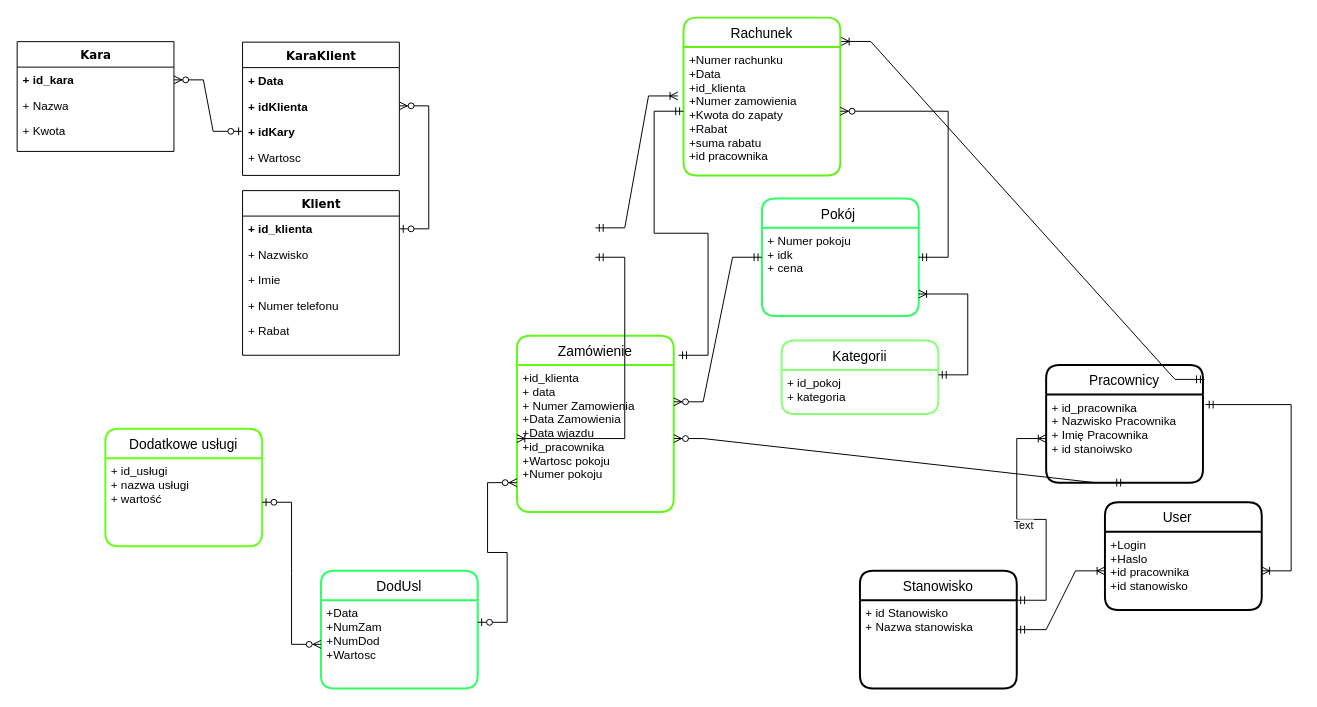
Above: Hotel California.drawio in DemskyiDm/Horyzont (draw.io), before the change. Source tidied: cells renumbered, new cells numbered last; positions are measured from the earlier drawing's top-left corner, leaving out a move shared by most shapes. Both pictures are drawn from the tidied source at 98%, with x=0, y=0 at pixel (17, 18).
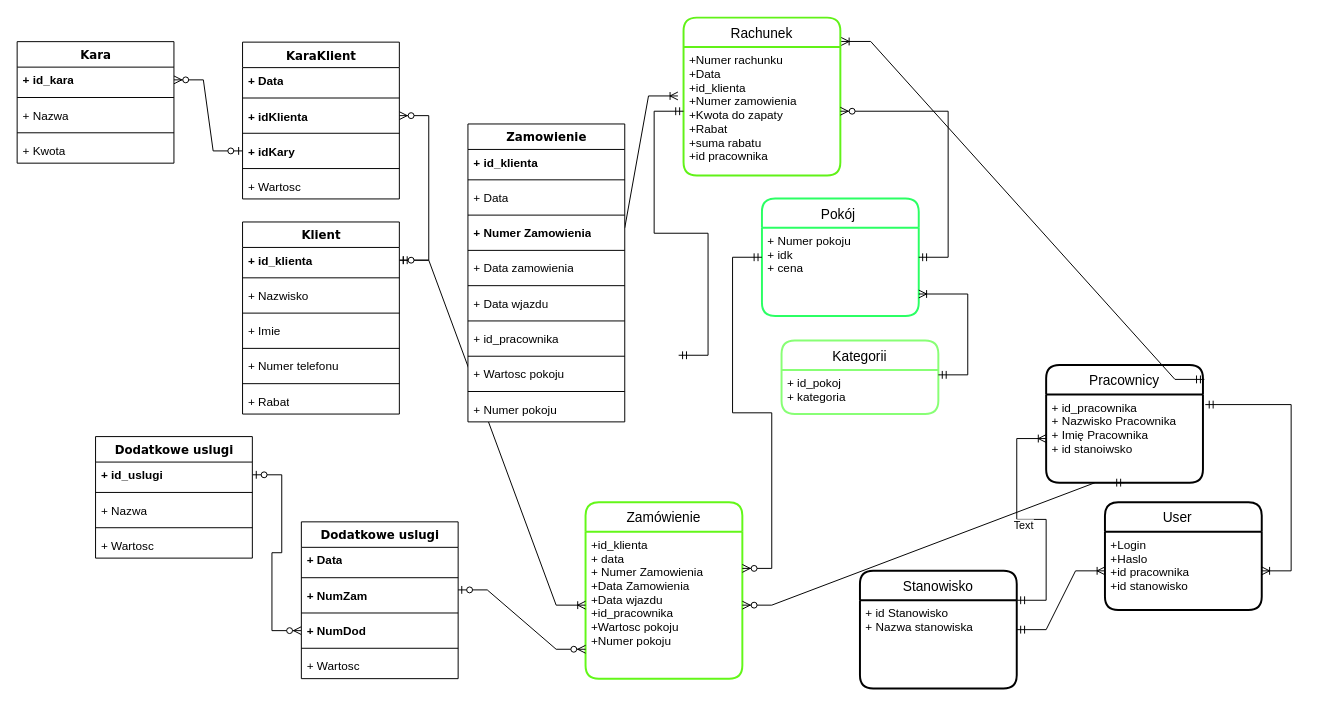
The same page after the edit.

The change refers to these unchanged cells:
```xml
<mxCell id="7" value="+id_klienta&#10;+ data&#10;+ Numer Zamowienia&#10;+Data Zamowienia&#10;+Data wjazdu&#10;+id_pracownika&#10;+Wartosc pokoju&#10;+Numer pokoju" style="align=left;strokeColor=none;fillColor=none;spacingLeft=4;fontSize=12;verticalAlign=top;" parent="6" vertex="1">
  <mxGeometry y="30" width="160" height="150" as="geometry" />
</mxCell>
<mxCell id="45" value="&lt;b&gt;+ id_klienta&lt;/b&gt;" style="text;html=1;strokeColor=none;fillColor=none;align=left;verticalAlign=top;spacingLeft=4;spacingRight=4;whiteSpace=wrap;overflow=hidden;points=[[0,0.5],[1,0.5]];portConstraint=eastwest;" parent="44" vertex="1">
  <mxGeometry y="26" width="160" height="26" as="geometry" />
</mxCell>
```

Diff of the diagram source:
```diff
@@
     <mxCell id="2" value="Kara" style="swimlane;html=1;fontStyle=1;align=center;verticalAlign=top;horizontal=1;startSize=26;swimlaneFillColor=#ffffff;rounded=0;shadow=0;comic=0;labelBackgroundColor=none;strokeWidth=1;fillColor=none;fontFamily=Verdana;fontSize=12;strokeColor=#000000;" parent="1" vertex="1">
-      <mxGeometry y="24" width="160" height="112" as="geometry" />
+      <mxGeometry y="24" width="160" height="124" as="geometry" />
     </mxCell>
@@
+    <mxCell id="51" style="line;strokeWidth=1;dashed=0;labelPosition=right;align=left;verticalAlign=middle;spacingTop=0;spacingLeft=6;strokeColor=#000000;" parent="2" vertex="1">
+      <mxGeometry y="52" width="160" height="10" as="geometry" />
+    </mxCell>
     <mxCell id="4" value="+ Nazwa" style="text;html=1;strokeColor=none;fillColor=none;align=left;verticalAlign=top;spacingLeft=4;spacingRight=4;whiteSpace=wrap;overflow=hidden;" parent="2" vertex="1">
-      <mxGeometry y="52" width="160" height="26" as="geometry" />
+      <mxGeometry y="62" width="160" height="26" as="geometry" />
     </mxCell>
+    <mxCell id="52" style="line;strokeWidth=1;dashed=0;labelPosition=right;align=left;verticalAlign=middle;spacingTop=0;spacingLeft=6;strokeColor=#000000;" parent="2" vertex="1">
+      <mxGeometry y="88" width="160" height="10" as="geometry" />
+    </mxCell>
     <mxCell id="5" value="+ Kwota" style="text;html=1;strokeColor=none;fillColor=none;align=left;verticalAlign=top;spacingLeft=4;spacingRight=4;whiteSpace=wrap;overflow=hidden;" parent="2" vertex="1">
-      <mxGeometry y="78" width="160" height="26" as="geometry" />
+      <mxGeometry y="98" width="160" height="26" as="geometry" />
     </mxCell>
     <mxCell id="6" value="Zamówienie" style="swimlane;horizontal=1;startSize=30;rounded=1;fontSize=14;fontStyle=0;strokeWidth=2;shadow=0;dashed=0;align=center;strokeColor=#63F719;" parent="1" vertex="1">
-      <mxGeometry x="510" y="324" width="160" height="180" as="geometry" />
+      <mxGeometry x="580" y="494" width="160" height="180" as="geometry" />
     </mxCell>
@@
-    <mxCell id="8" style="edgeStyle=entityRelationEdgeStyle;fontSize=12;html=1;endArrow=ERoneToMany;startArrow=ERmandOne;rounded=0;exitX=1;exitY=0.5;exitDx=0;exitDy=0;entryX=0;entryY=0.5;entryDx=0;entryDy=0;" parent="1" edge="1" target="7">
-      <mxGeometry relative="1" as="geometry">
-        <mxPoint x="590" y="244" as="sourcePoint" />
-      </mxGeometry>
+    <mxCell id="8" style="edgeStyle=entityRelationEdgeStyle;fontSize=12;html=1;endArrow=ERoneToMany;startArrow=ERmandOne;rounded=0;exitX=1;exitY=0.5;exitDx=0;exitDy=0;entryX=0;entryY=0.5;entryDx=0;entryDy=0;" parent="1" edge="1" source="45" target="7">
+      <mxGeometry relative="1" as="geometry" />
     </mxCell>
@@
-    <mxCell id="16" value="Dodatkowe usługi" style="swimlane;horizontal=1;startSize=30;rounded=1;fontSize=14;fontStyle=0;strokeWidth=2;shadow=0;dashed=0;align=center;strokeColor=#66FF19;" parent="1" vertex="1">
-      <mxGeometry x="90" y="419" width="160" height="120" as="geometry" />
-    </mxCell>
-    <mxCell id="17" value="+ id_usługi&#10;+ nazwa usługi&#10;+ wartość" style="align=left;strokeColor=none;fillColor=none;spacingLeft=4;fontSize=12;verticalAlign=top;" parent="16" vertex="1">
-      <mxGeometry y="30" width="160" height="90" as="geometry" />
-    </mxCell>
@@
-    <mxCell id="35" value="DodUsl" style="swimlane;horizontal=1;startSize=30;rounded=1;fontSize=14;fontStyle=0;strokeWidth=2;shadow=0;dashed=0;align=center;strokeColor=#2BFF64;" parent="1" vertex="1">
-      <mxGeometry x="310" y="564" width="160" height="120" as="geometry" />
-    </mxCell>
-    <mxCell id="36" value="+Data&#10;+NumZam&#10;+NumDod&#10;+Wartosc" style="align=left;strokeColor=none;fillColor=none;spacingLeft=4;fontSize=12;verticalAlign=top;" parent="35" vertex="1">
-      <mxGeometry y="30" width="160" height="90" as="geometry" />
-    </mxCell>
-    <mxCell id="37" style="edgeStyle=entityRelationEdgeStyle;fontSize=12;html=1;endArrow=ERzeroToMany;startArrow=ERzeroToOne;rounded=0;exitX=1;exitY=0.25;exitDx=0;exitDy=0;entryX=0;entryY=0.8;entryDx=0;entryDy=0;entryPerimeter=0;" parent="1" edge="1" source="36" target="7">
+    <mxCell id="37" style="edgeStyle=entityRelationEdgeStyle;fontSize=12;html=1;endArrow=ERzeroToMany;startArrow=ERzeroToOne;rounded=0;exitX=0.998;exitY=0.286;exitDx=0;exitDy=0;entryX=0;entryY=0.8;entryDx=0;entryDy=0;entryPerimeter=0;exitPerimeter=0;" parent="1" edge="1" source="69" target="7">
       <mxGeometry relative="1" as="geometry" />
     </mxCell>
-    <mxCell id="38" style="edgeStyle=entityRelationEdgeStyle;fontSize=12;html=1;endArrow=ERzeroToMany;startArrow=ERzeroToOne;rounded=0;entryX=0;entryY=0.5;entryDx=0;entryDy=0;" parent="1" edge="1" source="17" target="36">
+    <mxCell id="38" style="edgeStyle=entityRelationEdgeStyle;fontSize=12;html=1;endArrow=ERzeroToMany;startArrow=ERzeroToOne;rounded=0;" parent="1" edge="1" source="61" target="71">
       <mxGeometry relative="1" as="geometry" />
     </mxCell>
     <mxCell id="39" value="KaraKlient" style="swimlane;html=1;fontStyle=1;align=center;verticalAlign=top;horizontal=1;startSize=26;swimlaneFillColor=#ffffff;rounded=0;shadow=0;comic=0;labelBackgroundColor=none;strokeWidth=1;fillColor=none;fontFamily=Verdana;fontSize=12;strokeColor=#000000;" parent="1" vertex="1">
-      <mxGeometry x="230" y="24.5" width="160" height="136" as="geometry" />
+      <mxGeometry x="230" y="24.5" width="160" height="160" as="geometry" />
     </mxCell>
@@
+    <mxCell id="53" style="line;strokeWidth=1;dashed=0;labelPosition=right;align=left;verticalAlign=middle;spacingTop=0;spacingLeft=6;strokeColor=#000000;" parent="39" vertex="1">
+      <mxGeometry y="52" width="160" height="10" as="geometry" />
+    </mxCell>
     <mxCell id="41" value="&lt;b&gt;+ idKlienta&lt;/b&gt;" style="text;html=1;strokeColor=none;fillColor=none;align=left;verticalAlign=top;spacingLeft=4;spacingRight=4;whiteSpace=wrap;overflow=hidden;points=[[0,0.5],[1,0.5]];portConstraint=eastwest;" parent="39" vertex="1">
-      <mxGeometry y="52" width="160" height="26" as="geometry" />
+      <mxGeometry y="62" width="160" height="26" as="geometry" />
     </mxCell>
+    <mxCell id="54" style="line;strokeWidth=1;dashed=0;labelPosition=right;align=left;verticalAlign=middle;spacingTop=0;spacingLeft=6;strokeColor=#000000;" parent="39" vertex="1">
+      <mxGeometry y="88" width="160" height="10" as="geometry" />
+    </mxCell>
     <mxCell id="42" value="&lt;b&gt;+ idKary&lt;/b&gt;" style="text;html=1;strokeColor=none;fillColor=none;align=left;verticalAlign=top;spacingLeft=4;spacingRight=4;whiteSpace=wrap;overflow=hidden;points=[[0,0.5],[1,0.5]];portConstraint=eastwest;" parent="39" vertex="1">
-      <mxGeometry y="78" width="160" height="26" as="geometry" />
+      <mxGeometry y="98" width="160" height="26" as="geometry" />
     </mxCell>
+    <mxCell id="55" style="line;strokeWidth=1;dashed=0;labelPosition=right;align=left;verticalAlign=middle;spacingTop=0;spacingLeft=6;strokeColor=#000000;" parent="39" vertex="1">
+      <mxGeometry y="124" width="160" height="10" as="geometry" />
+    </mxCell>
     <mxCell id="43" value="+ Wartosc" style="text;html=1;strokeColor=none;fillColor=none;align=left;verticalAlign=top;spacingLeft=4;spacingRight=4;whiteSpace=wrap;overflow=hidden;" parent="39" vertex="1">
-      <mxGeometry y="104" width="160" height="26" as="geometry" />
+      <mxGeometry y="134" width="160" height="26" as="geometry" />
     </mxCell>
     <mxCell id="44" value="Klient" style="swimlane;html=1;fontStyle=1;align=center;verticalAlign=top;horizontal=1;startSize=26;swimlaneFillColor=#ffffff;rounded=0;shadow=0;comic=0;labelBackgroundColor=none;strokeWidth=1;fillColor=none;fontFamily=Verdana;fontSize=12;strokeColor=#000000;" parent="1" vertex="1">
-      <mxGeometry x="230" y="176" width="160" height="168" as="geometry" />
+      <mxGeometry x="230" y="208" width="160" height="196" as="geometry" />
     </mxCell>
@@
+    <mxCell id="56" style="line;strokeWidth=1;dashed=0;labelPosition=right;align=left;verticalAlign=middle;spacingTop=0;spacingLeft=6;strokeColor=#000000;" parent="44" vertex="1">
+      <mxGeometry y="52" width="160" height="10" as="geometry" />
+    </mxCell>
     <mxCell id="46" value="+ Nazwisko" style="text;html=1;strokeColor=none;fillColor=none;align=left;verticalAlign=top;spacingLeft=4;spacingRight=4;whiteSpace=wrap;overflow=hidden;" parent="44" vertex="1">
-      <mxGeometry y="52" width="160" height="26" as="geometry" />
+      <mxGeometry y="62" width="160" height="26" as="geometry" />
     </mxCell>
+    <mxCell id="57" style="line;strokeWidth=1;dashed=0;labelPosition=right;align=left;verticalAlign=middle;spacingTop=0;spacingLeft=6;strokeColor=#000000;" parent="44" vertex="1">
+      <mxGeometry y="88" width="160" height="10" as="geometry" />
+    </mxCell>
     <mxCell id="47" value="+ Imie" style="text;html=1;strokeColor=none;fillColor=none;align=left;verticalAlign=top;spacingLeft=4;spacingRight=4;whiteSpace=wrap;overflow=hidden;" parent="44" vertex="1">
-      <mxGeometry y="78" width="160" height="26" as="geometry" />
+      <mxGeometry y="98" width="160" height="26" as="geometry" />
     </mxCell>
+    <mxCell id="58" style="line;strokeWidth=1;dashed=0;labelPosition=right;align=left;verticalAlign=middle;spacingTop=0;spacingLeft=6;strokeColor=#000000;" parent="44" vertex="1">
+      <mxGeometry y="124" width="160" height="10" as="geometry" />
+    </mxCell>
     <mxCell id="48" value="+ Numer telefonu" style="text;html=1;strokeColor=none;fillColor=none;align=left;verticalAlign=top;spacingLeft=4;spacingRight=4;whiteSpace=wrap;overflow=hidden;" parent="44" vertex="1">
-      <mxGeometry y="104" width="160" height="26" as="geometry" />
+      <mxGeometry y="134" width="160" height="26" as="geometry" />
     </mxCell>
+    <mxCell id="59" style="line;strokeWidth=1;dashed=0;labelPosition=right;align=left;verticalAlign=middle;spacingTop=0;spacingLeft=6;strokeColor=#000000;" parent="44" vertex="1">
+      <mxGeometry y="160" width="160" height="10" as="geometry" />
+    </mxCell>
     <mxCell id="49" value="+ Rabat" style="text;html=1;strokeColor=none;fillColor=none;align=left;verticalAlign=top;spacingLeft=4;spacingRight=4;whiteSpace=wrap;overflow=hidden;" parent="44" vertex="1">
-      <mxGeometry y="130" width="160" height="26" as="geometry" />
+      <mxGeometry y="170" width="160" height="26" as="geometry" />
     </mxCell>
@@
+    <mxCell id="60" value="Dodatkowe uslugi" style="swimlane;html=1;fontStyle=1;align=center;verticalAlign=top;horizontal=1;startSize=26;swimlaneFillColor=#ffffff;rounded=0;shadow=0;comic=0;labelBackgroundColor=none;strokeWidth=1;fillColor=none;fontFamily=Verdana;fontSize=12;strokeColor=#000000;" parent="1" vertex="1">
+      <mxGeometry x="80" y="427" width="160" height="124" as="geometry" />
+    </mxCell>
+    <mxCell id="61" value="&lt;b&gt;+ id_uslugi&lt;/b&gt;" style="text;html=1;strokeColor=none;fillColor=none;align=left;verticalAlign=top;spacingLeft=4;spacingRight=4;whiteSpace=wrap;overflow=hidden;points=[[0,0.5],[1,0.5]];portConstraint=eastwest;" parent="60" vertex="1">
+      <mxGeometry y="26" width="160" height="26" as="geometry" />
+    </mxCell>
+    <mxCell id="62" style="line;strokeWidth=1;dashed=0;labelPosition=right;align=left;verticalAlign=middle;spacingTop=0;spacingLeft=6;strokeColor=#000000;" parent="60" vertex="1">
+      <mxGeometry y="52" width="160" height="10" as="geometry" />
+    </mxCell>
+    <mxCell id="63" value="+ Nazwa" style="text;html=1;strokeColor=none;fillColor=none;align=left;verticalAlign=top;spacingLeft=4;spacingRight=4;whiteSpace=wrap;overflow=hidden;" parent="60" vertex="1">
+      <mxGeometry y="62" width="160" height="26" as="geometry" />
+    </mxCell>
+    <mxCell id="64" style="line;strokeWidth=1;dashed=0;labelPosition=right;align=left;verticalAlign=middle;spacingTop=0;spacingLeft=6;strokeColor=#000000;" parent="60" vertex="1">
+      <mxGeometry y="88" width="160" height="10" as="geometry" />
+    </mxCell>
+    <mxCell id="65" value="+ Wartosc" style="text;html=1;strokeColor=none;fillColor=none;align=left;verticalAlign=top;spacingLeft=4;spacingRight=4;whiteSpace=wrap;overflow=hidden;" parent="60" vertex="1">
+      <mxGeometry y="98" width="160" height="26" as="geometry" />
+    </mxCell>
+    <mxCell id="66" value="Dodatkowe uslugi" style="swimlane;html=1;fontStyle=1;align=center;verticalAlign=top;horizontal=1;startSize=26;swimlaneFillColor=#ffffff;rounded=0;shadow=0;comic=0;labelBackgroundColor=none;strokeWidth=1;fillColor=none;fontFamily=Verdana;fontSize=12;strokeColor=#000000;" parent="1" vertex="1">
+      <mxGeometry x="290" y="514" width="160" height="160" as="geometry" />
+    </mxCell>
+    <mxCell id="67" value="&lt;b&gt;+ Data&lt;/b&gt;" style="text;html=1;strokeColor=none;fillColor=none;align=left;verticalAlign=top;spacingLeft=4;spacingRight=4;whiteSpace=wrap;overflow=hidden;" parent="66" vertex="1">
+      <mxGeometry y="26" width="160" height="26" as="geometry" />
+    </mxCell>
+    <mxCell id="68" style="line;strokeWidth=1;dashed=0;labelPosition=right;align=left;verticalAlign=middle;spacingTop=0;spacingLeft=6;strokeColor=#000000;" parent="66" vertex="1">
+      <mxGeometry y="52" width="160" height="10" as="geometry" />
+    </mxCell>
+    <mxCell id="69" value="&lt;b&gt;+ NumZam&lt;/b&gt;" style="text;html=1;strokeColor=none;fillColor=none;align=left;verticalAlign=top;spacingLeft=4;spacingRight=4;whiteSpace=wrap;overflow=hidden;points=[[0,0.5],[1,0.5]];portConstraint=eastwest;" parent="66" vertex="1">
+      <mxGeometry y="62" width="160" height="26" as="geometry" />
+    </mxCell>
+    <mxCell id="70" style="line;strokeWidth=1;dashed=0;labelPosition=right;align=left;verticalAlign=middle;spacingTop=0;spacingLeft=6;strokeColor=#000000;" parent="66" vertex="1">
+      <mxGeometry y="88" width="160" height="10" as="geometry" />
+    </mxCell>
+    <mxCell id="71" value="&lt;b&gt;+ NumDod&lt;/b&gt;" style="text;html=1;strokeColor=none;fillColor=none;align=left;verticalAlign=top;spacingLeft=4;spacingRight=4;whiteSpace=wrap;overflow=hidden;points=[[0,0.5],[1,0.5]];portConstraint=eastwest;" parent="66" vertex="1">
+      <mxGeometry y="98" width="160" height="26" as="geometry" />
+    </mxCell>
+    <mxCell id="72" style="line;strokeWidth=1;dashed=0;labelPosition=right;align=left;verticalAlign=middle;spacingTop=0;spacingLeft=6;strokeColor=#000000;" parent="66" vertex="1">
+      <mxGeometry y="124" width="160" height="10" as="geometry" />
+    </mxCell>
+    <mxCell id="73" value="+ Wartosc" style="text;html=1;strokeColor=none;fillColor=none;align=left;verticalAlign=top;spacingLeft=4;spacingRight=4;whiteSpace=wrap;overflow=hidden;" parent="66" vertex="1">
+      <mxGeometry y="134" width="160" height="26" as="geometry" />
+    </mxCell>
+    <mxCell id="74" value="Zamowienie" style="swimlane;html=1;fontStyle=1;align=center;verticalAlign=top;horizontal=1;startSize=26;swimlaneFillColor=#ffffff;rounded=0;shadow=0;comic=0;labelBackgroundColor=none;strokeWidth=1;fillColor=none;fontFamily=Verdana;fontSize=12;strokeColor=#000000;" parent="1" vertex="1">
+      <mxGeometry x="460" y="108" width="160" height="304" as="geometry" />
+    </mxCell>
+    <mxCell id="75" value="&lt;b&gt;+ id_klienta&lt;/b&gt;" style="text;html=1;strokeColor=none;fillColor=none;align=left;verticalAlign=top;spacingLeft=4;spacingRight=4;whiteSpace=wrap;overflow=hidden;" parent="74" vertex="1">
+      <mxGeometry y="26" width="160" height="26" as="geometry" />
+    </mxCell>
+    <mxCell id="76" style="line;strokeWidth=1;dashed=0;labelPosition=right;align=left;verticalAlign=middle;spacingTop=0;spacingLeft=6;strokeColor=#000000;" parent="74" vertex="1">
+      <mxGeometry y="52" width="160" height="10" as="geometry" />
+    </mxCell>
+    <mxCell id="77" value="+ Data" style="text;html=1;strokeColor=none;fillColor=none;align=left;verticalAlign=top;spacingLeft=4;spacingRight=4;whiteSpace=wrap;overflow=hidden;" parent="74" vertex="1">
+      <mxGeometry y="62" width="160" height="26" as="geometry" />
+    </mxCell>
+    <mxCell id="78" style="line;strokeWidth=1;dashed=0;labelPosition=right;align=left;verticalAlign=middle;spacingTop=0;spacingLeft=6;strokeColor=#000000;" parent="74" vertex="1">
+      <mxGeometry y="88" width="160" height="10" as="geometry" />
+    </mxCell>
+    <mxCell id="79" value="&lt;b&gt;+ Numer Zamowienia&lt;/b&gt;" style="text;html=1;strokeColor=none;fillColor=none;align=left;verticalAlign=top;spacingLeft=4;spacingRight=4;whiteSpace=wrap;overflow=hidden;" parent="74" vertex="1">
+      <mxGeometry y="98" width="160" height="26" as="geometry" />
+    </mxCell>
+    <mxCell id="80" style="line;strokeWidth=1;dashed=0;labelPosition=right;align=left;verticalAlign=middle;spacingTop=0;spacingLeft=6;strokeColor=#000000;" parent="74" vertex="1">
+      <mxGeometry y="124" width="160" height="10" as="geometry" />
+    </mxCell>
+    <mxCell id="81" value="+ Data zamowienia" style="text;html=1;strokeColor=none;fillColor=none;align=left;verticalAlign=top;spacingLeft=4;spacingRight=4;whiteSpace=wrap;overflow=hidden;" parent="74" vertex="1">
+      <mxGeometry y="134" width="160" height="26" as="geometry" />
+    </mxCell>
+    <mxCell id="82" style="line;strokeWidth=1;dashed=0;labelPosition=right;align=left;verticalAlign=middle;spacingTop=0;spacingLeft=6;strokeColor=#000000;" parent="74" vertex="1">
+      <mxGeometry y="160" width="160" height="10" as="geometry" />
+    </mxCell>
+    <mxCell id="83" value="+ Data wjazdu" style="text;html=1;strokeColor=none;fillColor=none;align=left;verticalAlign=top;spacingLeft=4;spacingRight=4;whiteSpace=wrap;overflow=hidden;" parent="74" vertex="1">
+      <mxGeometry y="170" width="160" height="26" as="geometry" />
+    </mxCell>
+    <mxCell id="84" style="line;strokeWidth=1;dashed=0;labelPosition=right;align=left;verticalAlign=middle;spacingTop=0;spacingLeft=6;strokeColor=#000000;" parent="74" vertex="1">
+      <mxGeometry y="196" width="160" height="10" as="geometry" />
+    </mxCell>
+    <mxCell id="85" value="+ id_pracownika" style="text;html=1;strokeColor=none;fillColor=none;align=left;verticalAlign=top;spacingLeft=4;spacingRight=4;whiteSpace=wrap;overflow=hidden;" parent="74" vertex="1">
+      <mxGeometry y="206" width="160" height="26" as="geometry" />
+    </mxCell>
+    <mxCell id="86" style="line;strokeWidth=1;dashed=0;labelPosition=right;align=left;verticalAlign=middle;spacingTop=0;spacingLeft=6;strokeColor=#000000;" parent="74" vertex="1">
+      <mxGeometry y="232" width="160" height="10" as="geometry" />
+    </mxCell>
+    <mxCell id="87" value="+ Wartosc pokoju" style="text;html=1;strokeColor=none;fillColor=none;align=left;verticalAlign=top;spacingLeft=4;spacingRight=4;whiteSpace=wrap;overflow=hidden;" parent="74" vertex="1">
+      <mxGeometry y="242" width="160" height="26" as="geometry" />
+    </mxCell>
+    <mxCell id="88" style="line;strokeWidth=1;dashed=0;labelPosition=right;align=left;verticalAlign=middle;spacingTop=0;spacingLeft=6;strokeColor=#000000;" parent="74" vertex="1">
+      <mxGeometry y="268" width="160" height="10" as="geometry" />
+    </mxCell>
+    <mxCell id="89" value="+ Numer pokoju" style="text;html=1;strokeColor=none;fillColor=none;align=left;verticalAlign=top;spacingLeft=4;spacingRight=4;whiteSpace=wrap;overflow=hidden;" parent="74" vertex="1">
+      <mxGeometry y="278" width="160" height="26" as="geometry" />
+    </mxCell>
```
